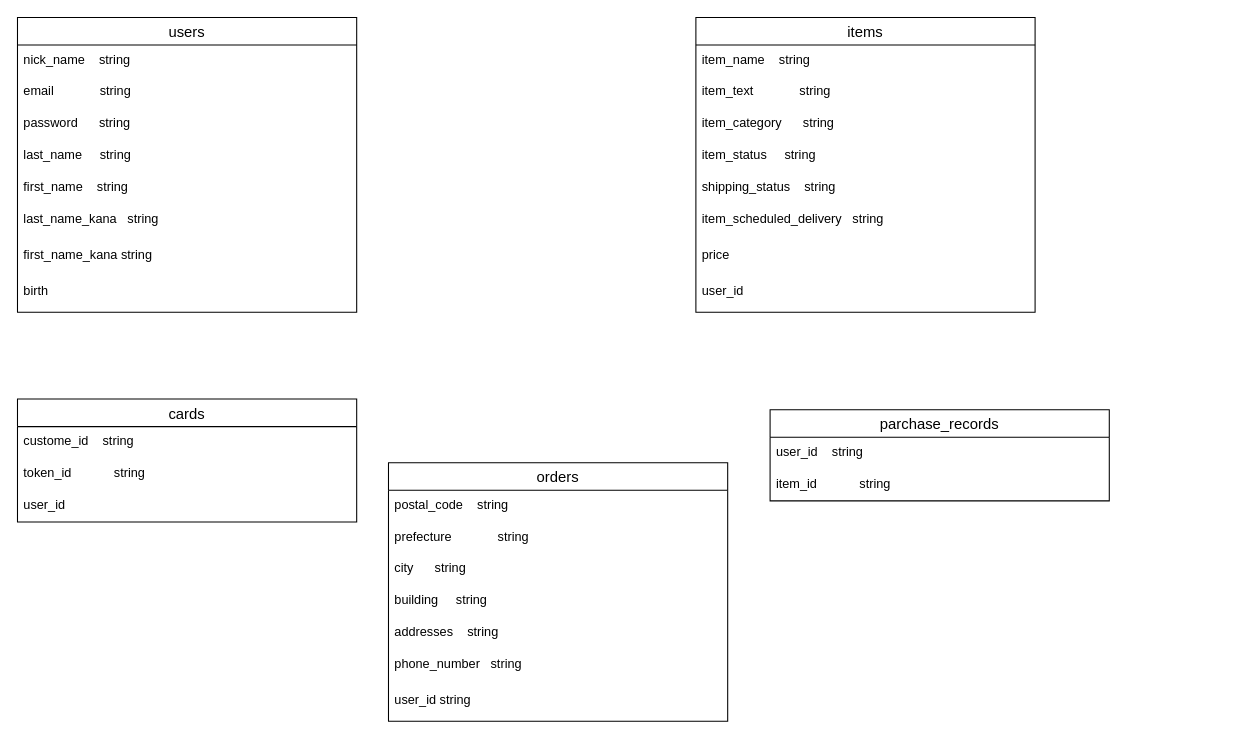
Before: app/views/furima.dio in allfiction100806210913/furima-38460, a draw.io diagram. Source tidied: cells renumbered, new cells numbered last; positions are measured from the earlier drawing's top-left corner, leaving out a move shared by most shapes. Both pictures are drawn from the tidied source at 106%, with x=0, y=0 at pixel (17, 17).
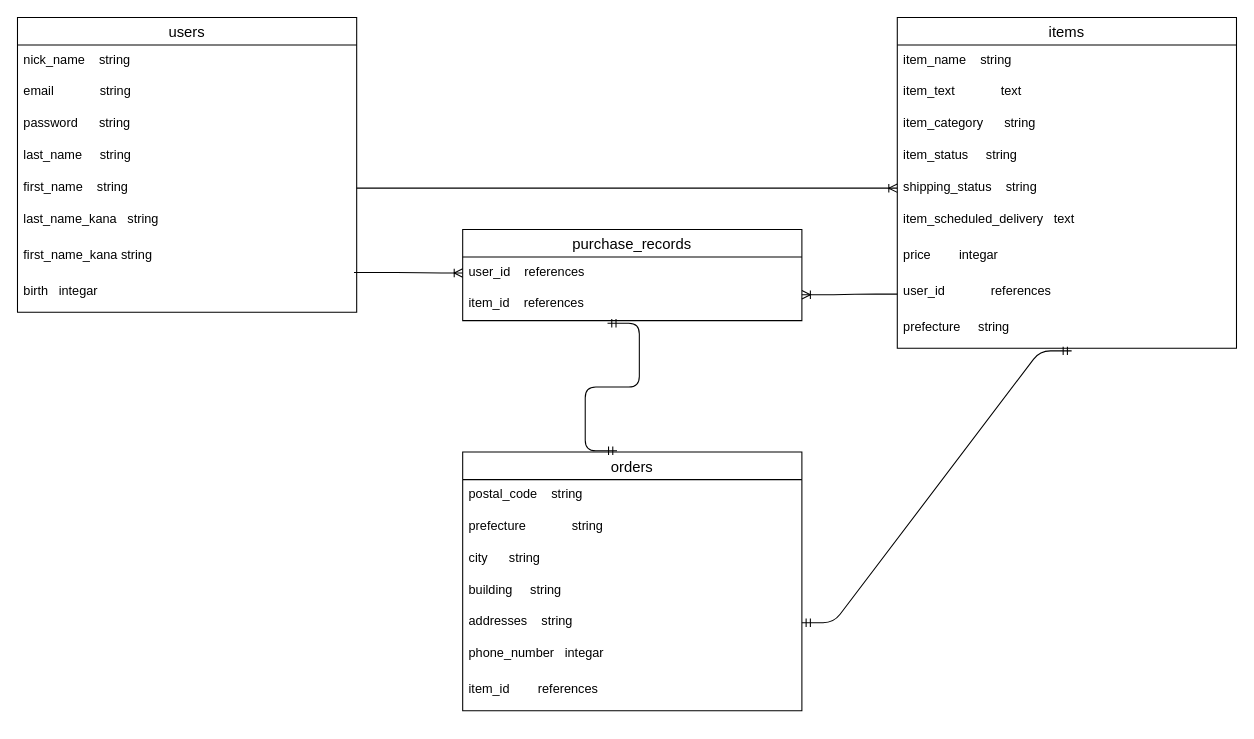
The same diagram, later.

The change refers to these unchanged cells:
```xml
<mxCell id="2" value="users" style="swimlane;fontStyle=0;horizontal=1;startSize=26;align=center;fontSize=14;" parent="1" vertex="1">
  <mxGeometry width="320" height="278" as="geometry" />
</mxCell>
<mxCell id="7" value="first_name    string" style="text;strokeColor=none;fillColor=none;spacingLeft=4;spacingRight=4;overflow=hidden;points=[[0,0.5],[1,0.5]];portConstraint=eastwest;fontSize=12;" parent="2" vertex="1">
  <mxGeometry y="146" width="320" height="30" as="geometry" />
</mxCell>
<mxCell id="16" value="shipping_status    string" style="text;strokeColor=none;fillColor=none;spacingLeft=4;spacingRight=4;overflow=hidden;points=[[0,0.5],[1,0.5]];portConstraint=eastwest;fontSize=12;" parent="11" vertex="1">
  <mxGeometry y="146" width="320" height="30" as="geometry" />
</mxCell>
<mxCell id="25" value="addresses    string" style="text;strokeColor=none;fillColor=none;spacingLeft=4;spacingRight=4;overflow=hidden;points=[[0,0.5],[1,0.5]];portConstraint=eastwest;fontSize=12;" parent="20" vertex="1">
  <mxGeometry y="146" width="320" height="30" as="geometry" />
</mxCell>
```

What changed in the source:
```diff
@@
-    <mxCell id="10" value="birth" style="text;strokeColor=none;fillColor=none;spacingLeft=4;spacingRight=4;overflow=hidden;points=[[0,0.5],[1,0.5]];portConstraint=eastwest;fontSize=12;" parent="2" vertex="1">
+    <mxCell id="10" value="birth   integar" style="text;strokeColor=none;fillColor=none;spacingLeft=4;spacingRight=4;overflow=hidden;points=[[0,0.5],[1,0.5]];portConstraint=eastwest;fontSize=12;" parent="2" vertex="1">
       <mxGeometry y="244" width="320" height="34" as="geometry" />
     </mxCell>
     <mxCell id="11" value="items" style="swimlane;fontStyle=0;horizontal=1;startSize=26;align=center;fontSize=14;" parent="1" vertex="1">
-      <mxGeometry x="640" width="320" height="278" as="geometry" />
+      <mxGeometry x="830" width="320" height="312" as="geometry" />
     </mxCell>
@@
-    <mxCell id="13" value="item_text             string" style="text;strokeColor=none;fillColor=none;spacingLeft=4;spacingRight=4;overflow=hidden;fontSize=12;" parent="11" vertex="1">
+    <mxCell id="13" value="item_text             text" style="text;strokeColor=none;fillColor=none;spacingLeft=4;spacingRight=4;overflow=hidden;fontSize=12;" parent="11" vertex="1">
       <mxGeometry y="56" width="320" height="30" as="geometry" />
     </mxCell>
@@
-    <mxCell id="17" value="item_scheduled_delivery   string" style="text;strokeColor=none;fillColor=none;spacingLeft=4;spacingRight=4;overflow=hidden;fontSize=12;" parent="11" vertex="1">
+    <mxCell id="17" value="item_scheduled_delivery   text" style="text;strokeColor=none;fillColor=none;spacingLeft=4;spacingRight=4;overflow=hidden;fontSize=12;" parent="11" vertex="1">
       <mxGeometry y="176" width="320" height="34" as="geometry" />
     </mxCell>
-    <mxCell id="18" value="price" style="text;strokeColor=none;fillColor=none;spacingLeft=4;spacingRight=4;overflow=hidden;fontSize=12;" parent="11" vertex="1">
+    <mxCell id="18" value="price        integar" style="text;strokeColor=none;fillColor=none;spacingLeft=4;spacingRight=4;overflow=hidden;fontSize=12;" parent="11" vertex="1">
       <mxGeometry y="210" width="320" height="34" as="geometry" />
     </mxCell>
-    <mxCell id="19" value="user_id" style="text;strokeColor=none;fillColor=none;spacingLeft=4;spacingRight=4;overflow=hidden;points=[[0,0.5],[1,0.5]];portConstraint=eastwest;fontSize=12;" parent="11" vertex="1">
+    <mxCell id="19" value="user_id             references" style="text;strokeColor=none;fillColor=none;spacingLeft=4;spacingRight=4;overflow=hidden;points=[[0,0.5],[1,0.5]];portConstraint=eastwest;fontSize=12;" parent="11" vertex="1">
       <mxGeometry y="244" width="320" height="34" as="geometry" />
     </mxCell>
+    <mxCell id="35" value="prefecture     string" style="text;strokeColor=none;fillColor=none;spacingLeft=4;spacingRight=4;overflow=hidden;points=[[0,0.5],[1,0.5]];portConstraint=eastwest;fontSize=12;" parent="11" vertex="1">
+      <mxGeometry y="278" width="320" height="34" as="geometry" />
+    </mxCell>
     <mxCell id="20" value="orders" style="swimlane;fontStyle=0;horizontal=1;startSize=26;align=center;fontSize=14;" parent="1" vertex="1">
-      <mxGeometry x="350" y="420" width="320" height="244" as="geometry" />
+      <mxGeometry x="420" y="410" width="320" height="244" as="geometry" />
     </mxCell>
@@
-    <mxCell id="26" value="phone_number   string" style="text;strokeColor=none;fillColor=none;spacingLeft=4;spacingRight=4;overflow=hidden;fontSize=12;" parent="20" vertex="1">
+    <mxCell id="26" value="phone_number   integar" style="text;strokeColor=none;fillColor=none;spacingLeft=4;spacingRight=4;overflow=hidden;fontSize=12;" parent="20" vertex="1">
       <mxGeometry y="176" width="320" height="34" as="geometry" />
     </mxCell>
-    <mxCell id="27" value="user_id string" style="text;strokeColor=none;fillColor=none;spacingLeft=4;spacingRight=4;overflow=hidden;fontSize=12;" parent="20" vertex="1">
-      <mxGeometry y="210" width="320" height="34" as="geometry" />
-    </mxCell>
+    <mxCell id="36" value="item_id        references" style="text;strokeColor=none;fillColor=none;spacingLeft=4;spacingRight=4;overflow=hidden;fontSize=12;" parent="20" vertex="1">
+      <mxGeometry y="210" width="320" height="34" as="geometry" />
+    </mxCell>
-    <mxCell id="28" value="parchase_records" style="swimlane;fontStyle=0;horizontal=1;startSize=26;align=center;fontSize=14;" parent="1" vertex="1">
-      <mxGeometry x="710" y="370" width="320" height="86" as="geometry" />
+    <mxCell id="28" value="purchase_records" style="swimlane;fontStyle=0;horizontal=1;startSize=26;align=center;fontSize=14;" parent="1" vertex="1">
+      <mxGeometry x="420" y="200" width="320" height="86" as="geometry" />
     </mxCell>
-    <mxCell id="29" value="user_id    string" style="text;strokeColor=none;fillColor=none;spacingLeft=4;spacingRight=4;overflow=hidden;points=[[0,0.5],[1,0.5]];portConstraint=eastwest;fontSize=12;" parent="28" vertex="1">
+    <mxCell id="29" value="user_id    references" style="text;strokeColor=none;fillColor=none;spacingLeft=4;spacingRight=4;overflow=hidden;points=[[0,0.5],[1,0.5]];portConstraint=eastwest;fontSize=12;" parent="28" vertex="1">
       <mxGeometry y="26" width="320" height="30" as="geometry" />
     </mxCell>
-    <mxCell id="30" value="item_id            string" style="text;strokeColor=none;fillColor=none;spacingLeft=4;spacingRight=4;overflow=hidden;points=[[0,0.5],[1,0.5]];portConstraint=eastwest;fontSize=12;" parent="28" vertex="1">
+    <mxCell id="30" value="item_id    references" style="text;strokeColor=none;fillColor=none;spacingLeft=4;spacingRight=4;overflow=hidden;points=[[0,0.5],[1,0.5]];portConstraint=eastwest;fontSize=12;" parent="28" vertex="1">
       <mxGeometry y="56" width="320" height="30" as="geometry" />
     </mxCell>
-    <mxCell id="31" value="cards" style="swimlane;fontStyle=0;horizontal=1;startSize=26;align=center;fontSize=14;" parent="1" vertex="1">
-      <mxGeometry y="360" width="320" height="116" as="geometry" />
-    </mxCell>
-    <mxCell id="32" value="custome_id    string" style="text;strokeColor=none;fillColor=none;spacingLeft=4;spacingRight=4;overflow=hidden;fontSize=12;" parent="31" vertex="1">
-      <mxGeometry y="26" width="320" height="30" as="geometry" />
-    </mxCell>
-    <mxCell id="33" value="token_id            string" style="text;strokeColor=none;fillColor=none;spacingLeft=4;spacingRight=4;overflow=hidden;fontSize=12;" parent="31" vertex="1">
-      <mxGeometry y="56" width="320" height="30" as="geometry" />
-    </mxCell>
-    <mxCell id="34" value="user_id" style="text;strokeColor=none;fillColor=none;spacingLeft=4;spacingRight=4;overflow=hidden;fontSize=12;" parent="31" vertex="1">
-      <mxGeometry y="86" width="320" height="30" as="geometry" />
-    </mxCell>
+    <mxCell id="37" style="edgeStyle=entityRelationEdgeStyle;fontSize=12;html=1;endArrow=ERoneToMany;exitX=1;exitY=0.5;exitDx=0;exitDy=0;entryX=0;entryY=0.5;entryDx=0;entryDy=0;" parent="1" edge="1" source="7" target="16">
+      <mxGeometry relative="1" as="geometry" />
+    </mxCell>
+    <mxCell id="38" style="edgeStyle=entityRelationEdgeStyle;fontSize=12;html=1;endArrow=ERoneToMany;exitX=0;exitY=0.5;exitDx=0;exitDy=0;entryX=1;entryY=0.183;entryDx=0;entryDy=0;entryPerimeter=0;" parent="1" edge="1" source="19" target="30">
+      <mxGeometry relative="1" as="geometry" />
+    </mxCell>
+    <mxCell id="39" style="edgeStyle=entityRelationEdgeStyle;fontSize=12;html=1;endArrow=ERmandOne;startArrow=ERmandOne;exitX=1;exitY=0.5;exitDx=0;exitDy=0;entryX=0.514;entryY=1.074;entryDx=0;entryDy=0;entryPerimeter=0;" parent="1" edge="1" source="25" target="35">
+      <mxGeometry relative="1" as="geometry" />
+    </mxCell>
+    <mxCell id="40" style="edgeStyle=entityRelationEdgeStyle;fontSize=12;html=1;endArrow=ERmandOne;startArrow=ERmandOne;exitX=0.427;exitY=1.083;exitDx=0;exitDy=0;entryX=0.455;entryY=-0.005;entryDx=0;entryDy=0;entryPerimeter=0;exitPerimeter=0;" parent="1" edge="1" source="30" target="20">
+      <mxGeometry relative="1" as="geometry" />
+    </mxCell>
+    <mxCell id="41" style="edgeStyle=entityRelationEdgeStyle;fontSize=12;html=1;endArrow=ERoneToMany;exitX=0.992;exitY=-0.103;exitDx=0;exitDy=0;entryX=0;entryY=0.5;entryDx=0;entryDy=0;exitPerimeter=0;" parent="1" edge="1" source="10" target="29">
+      <mxGeometry relative="1" as="geometry" />
+    </mxCell>
```
